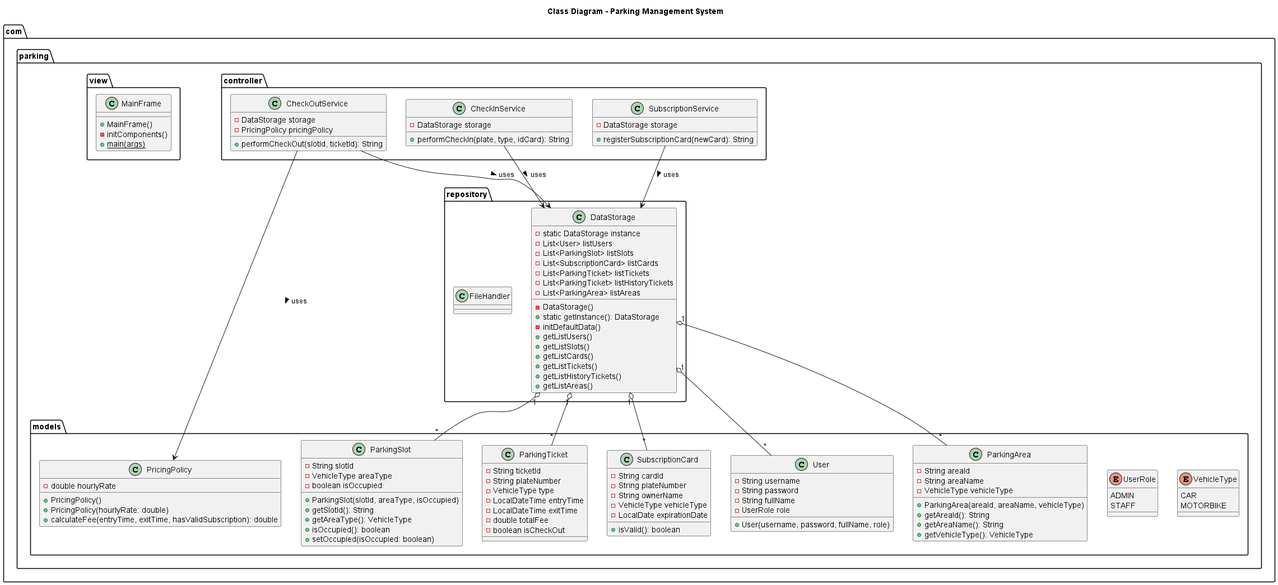
Earlier version of the PlantUML export out/ClassDiagram/ClassDiagram.png (trankhiem0210/ParkingManagementSystem).
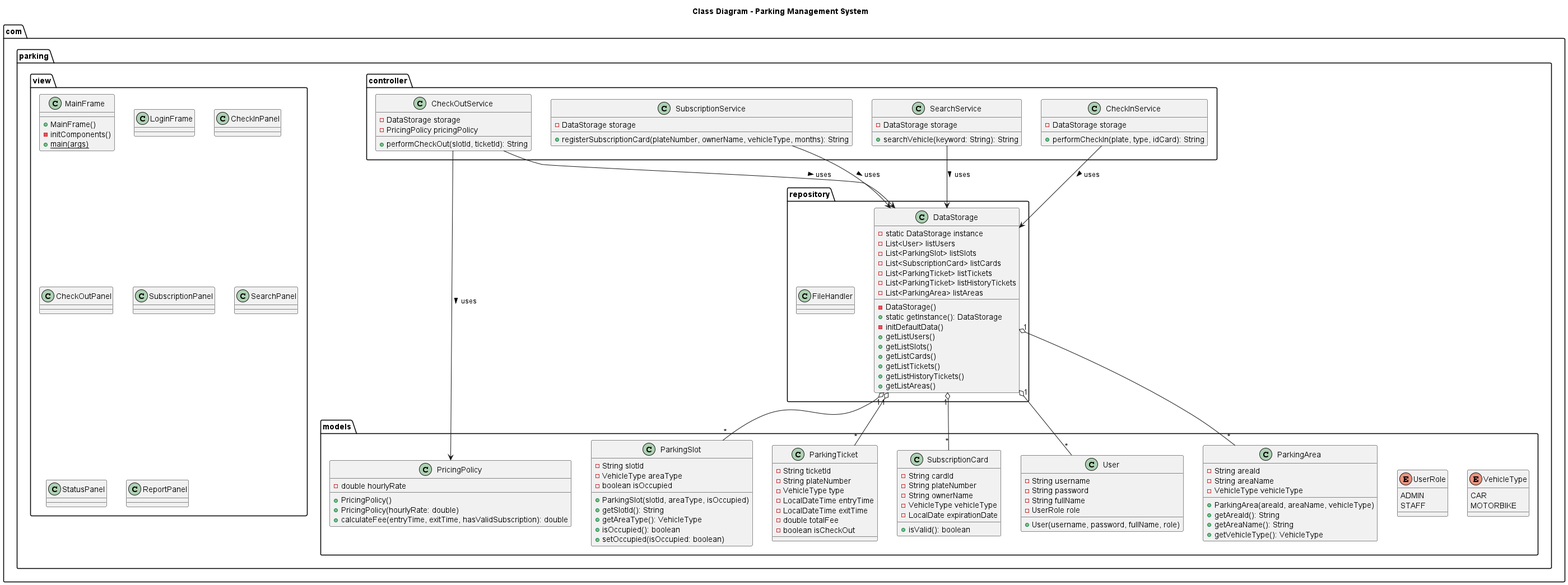
Above is the later version.

What changed in the source:
```diff
@@ -106,7 +106,12 @@
 
     class SubscriptionService {
         - DataStorage storage
-        + registerSubscriptionCard(newCard): String
+        + registerSubscriptionCard(plateNumber, ownerName, vehicleType, months): String
+    }
+
+    class SearchService {
+        - DataStorage storage
+        + searchVehicle(keyword: String): String
     }
 }
 
@@ -116,6 +121,14 @@
         - initComponents()
         + {static} main(args)
     }
+
+    class LoginFrame
+    class CheckInPanel
+    class CheckOutPanel
+    class SubscriptionPanel
+    class SearchPanel
+    class StatusPanel
+    class ReportPanel
 }
 
 DataStorage "1" o-- "*" User
@@ -128,4 +141,5 @@
 CheckOutService --> DataStorage : uses >
 CheckOutService --> PricingPolicy : uses >
 SubscriptionService --> DataStorage : uses >
+SearchService --> DataStorage : uses >
 @enduml
```
